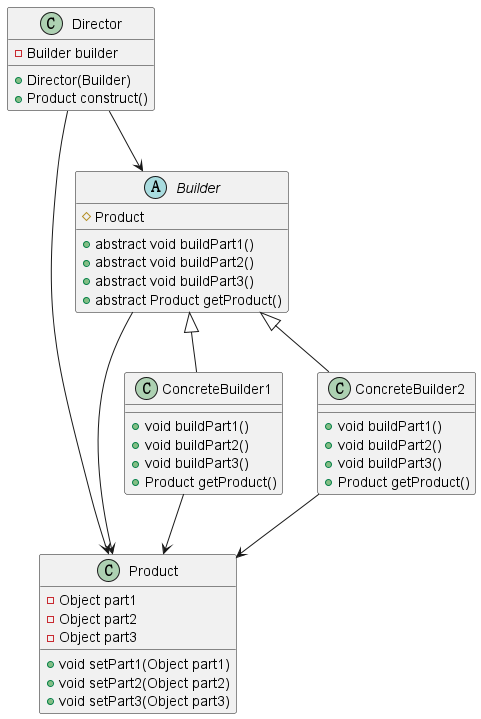
The PlantUML diagram spring-cloud-design-pattern/creation-builder-pattern/src/main/resources/static/diagram.png in sunnyzhy/Design-pattern, before a commit.
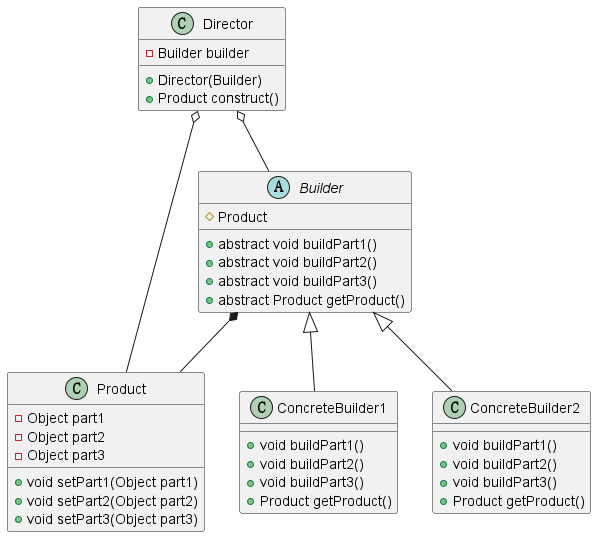
The same file after the commit.

Commit message:
拆分类图与示例图

The edit, as a diff of the source:
```diff
@@ -1,4 +1,8 @@
 @startuml
+
+Builder *-- Product
+Director o-- Builder
+Director o-- Product
 
 class Product {
   -Object part1
@@ -18,23 +22,20 @@
   +abstract void buildPart3()
   +abstract Product getProduct()
 }
-Builder --> Product
 
-class ConcreteBuilder1 extends Builder{
+class ConcreteBuilder1 extends Builder {
     +void buildPart1()
     +void buildPart2()
     +void buildPart3()
     +Product getProduct()
 }
-ConcreteBuilder1 --> Product
 
-class ConcreteBuilder2 extends Builder{
+class ConcreteBuilder2 extends Builder {
     +void buildPart1()
     +void buildPart2()
     +void buildPart3()
     +Product getProduct()
 }
-ConcreteBuilder2 --> Product
 
 class Director {
     -Builder builder
@@ -42,7 +43,5 @@
     +Director(Builder)
     +Product construct()
 }
-Director --> Product
-Director --> Builder
 
 @enduml
```
